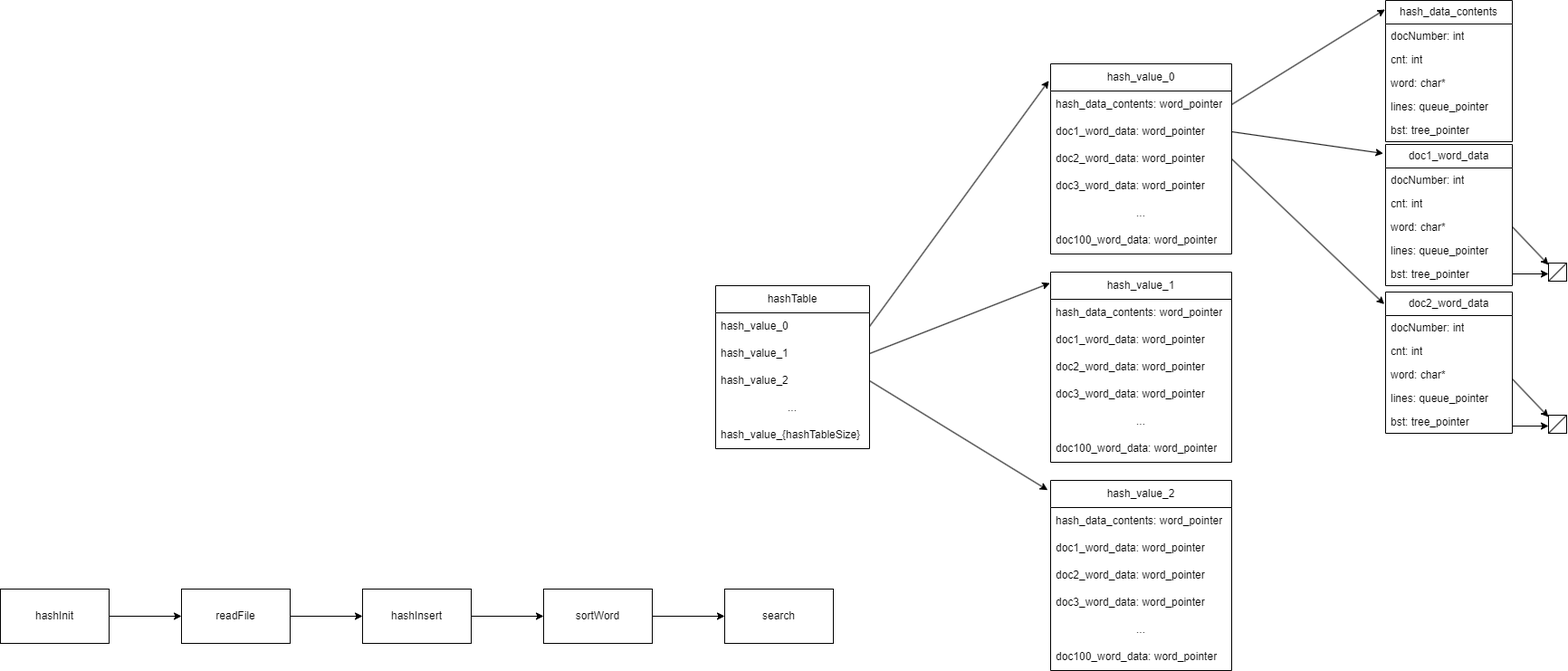
Above: 자료구조 프로그램 구성도.drawio.png in aapdo/data_structure_project (draw.io), before the change. Source tidied: cells renumbered, new cells last; positions are measured from the earlier drawing's top-left corner, leaving out a move shared by most shapes.
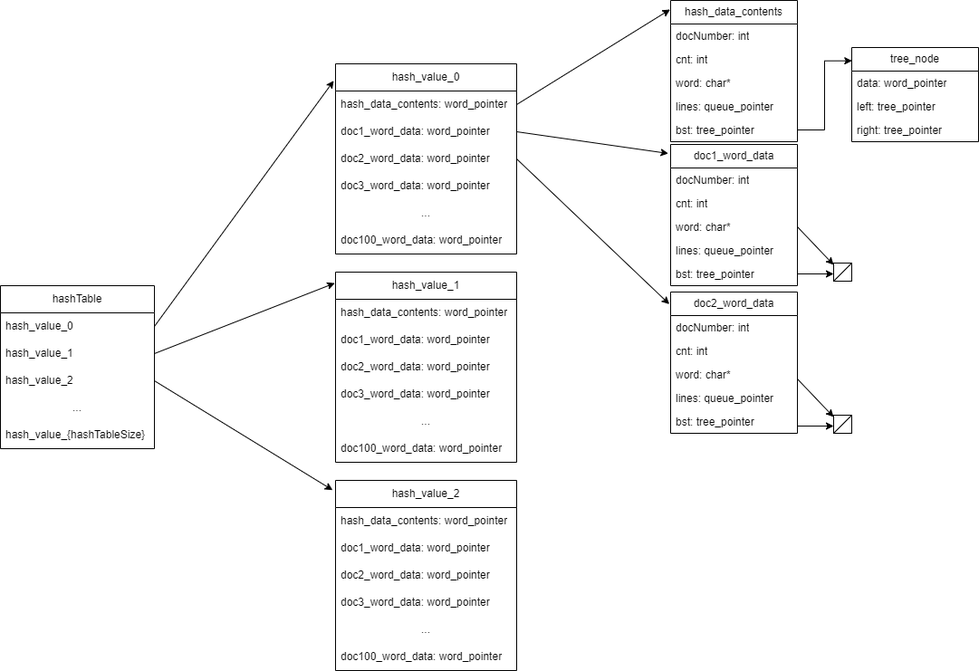
Later version of the same file.

What changed in the source:
```diff
@@ -193,32 +193,20 @@
         <mxPoint x="1730" y="458" as="targetPoint" />
       </mxGeometry>
     </mxCell>
-    <mxCell id="61" style="edgeStyle=orthogonalEdgeStyle;rounded=0;jettySize=auto;html=1;" parent="1" edge="1" source="62" target="64">
-      <mxGeometry relative="1" as="geometry" />
-    </mxCell>
-    <mxCell id="62" value="hashInit" style="rounded=0;whiteSpace=wrap;html=1;" parent="1" vertex="1">
-      <mxGeometry y="650" width="120" height="60" as="geometry" />
-    </mxCell>
-    <mxCell id="63" style="edgeStyle=orthogonalEdgeStyle;rounded=0;jettySize=auto;html=1;" parent="1" edge="1" source="64" target="66">
-      <mxGeometry relative="1" as="geometry" />
-    </mxCell>
-    <mxCell id="64" value="readFile" style="whiteSpace=wrap;html=1;rounded=0;" parent="1" vertex="1">
-      <mxGeometry x="200" y="650" width="120" height="60" as="geometry" />
-    </mxCell>
-    <mxCell id="65" style="edgeStyle=orthogonalEdgeStyle;rounded=0;jettySize=auto;html=1;" parent="1" edge="1" source="66" target="68">
-      <mxGeometry relative="1" as="geometry" />
-    </mxCell>
-    <mxCell id="66" value="hashInsert" style="whiteSpace=wrap;html=1;rounded=0;" parent="1" vertex="1">
-      <mxGeometry x="400" y="650" width="120" height="60" as="geometry" />
-    </mxCell>
-    <mxCell id="67" style="edgeStyle=orthogonalEdgeStyle;rounded=0;jettySize=auto;html=1;" parent="1" edge="1" source="68" target="69">
-      <mxGeometry relative="1" as="geometry" />
-    </mxCell>
-    <mxCell id="68" value="sortWord" style="whiteSpace=wrap;html=1;rounded=0;" parent="1" vertex="1">
-      <mxGeometry x="600" y="650" width="120" height="60" as="geometry" />
-    </mxCell>
-    <mxCell id="69" value="search" style="whiteSpace=wrap;html=1;rounded=0;" parent="1" vertex="1">
-      <mxGeometry x="800" y="650" width="120" height="60" as="geometry" />
-    </mxCell>
+    <mxCell id="70" value="tree_node" style="swimlane;fontStyle=0;horizontal=1;startSize=26;fillColor=none;whiteSpace=wrap;html=1;" parent="1" vertex="1">
+      <mxGeometry x="1730" y="52" width="140" height="104" as="geometry" />
+    </mxCell>
+    <mxCell id="71" value="data: word_pointer" style="text;strokeColor=none;fillColor=none;align=left;verticalAlign=top;spacingLeft=4;spacingRight=4;overflow=hidden;whiteSpace=wrap;html=1;" parent="70" vertex="1">
+      <mxGeometry y="26" width="140" height="26" as="geometry" />
+    </mxCell>
+    <mxCell id="72" value="left: tree_pointer" style="text;strokeColor=none;fillColor=none;align=left;verticalAlign=top;spacingLeft=4;spacingRight=4;overflow=hidden;whiteSpace=wrap;html=1;" parent="70" vertex="1">
+      <mxGeometry y="52" width="140" height="26" as="geometry" />
+    </mxCell>
+    <mxCell id="73" value="right: tree_pointer" style="text;strokeColor=none;fillColor=none;align=left;verticalAlign=top;spacingLeft=4;spacingRight=4;overflow=hidden;whiteSpace=wrap;html=1;" parent="70" vertex="1">
+      <mxGeometry y="78" width="140" height="26" as="geometry" />
+    </mxCell>
+    <mxCell id="74" style="edgeStyle=orthogonalEdgeStyle;rounded=0;jettySize=auto;html=1;entryX=0.002;entryY=0.141;entryDx=0;entryDy=0;entryPerimeter=0;" parent="1" edge="1" source="7" target="70">
+      <mxGeometry relative="1" as="geometry" />
+    </mxCell>
   </root>
 </mxGraphModel>
```
